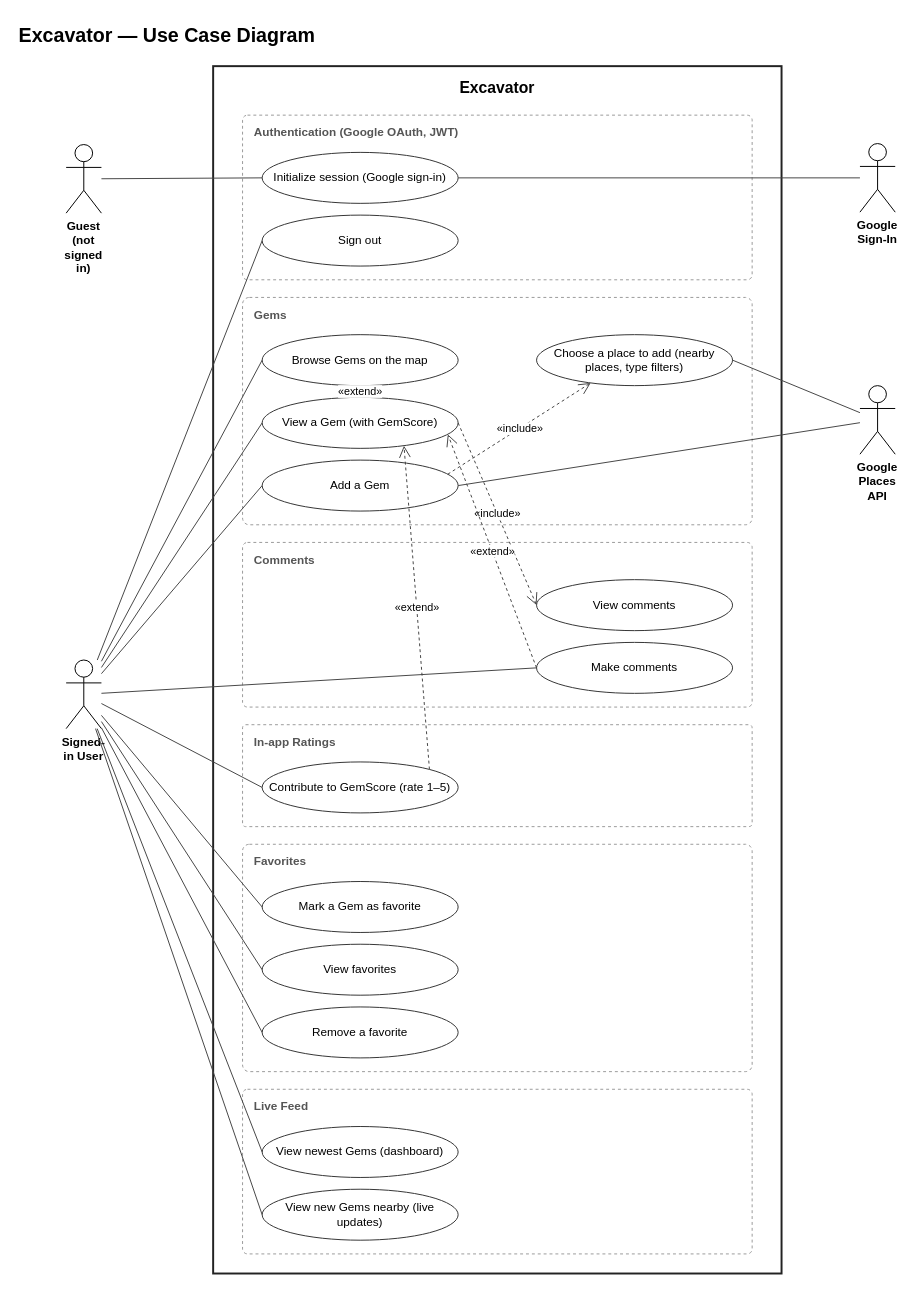
Earlier version of the draw.io diagram documentation/diagrams/use_case_diagram.drawio (ubc-cpen-321-excavator/excavator). Source tidied: cells renumbered, new cells numbered last; positions are measured from the earlier drawing's top-left corner, leaving out a move shared by most shapes. Both pictures are drawn from the tidied source at 98%, with x=0, y=0 at pixel (17, 17).
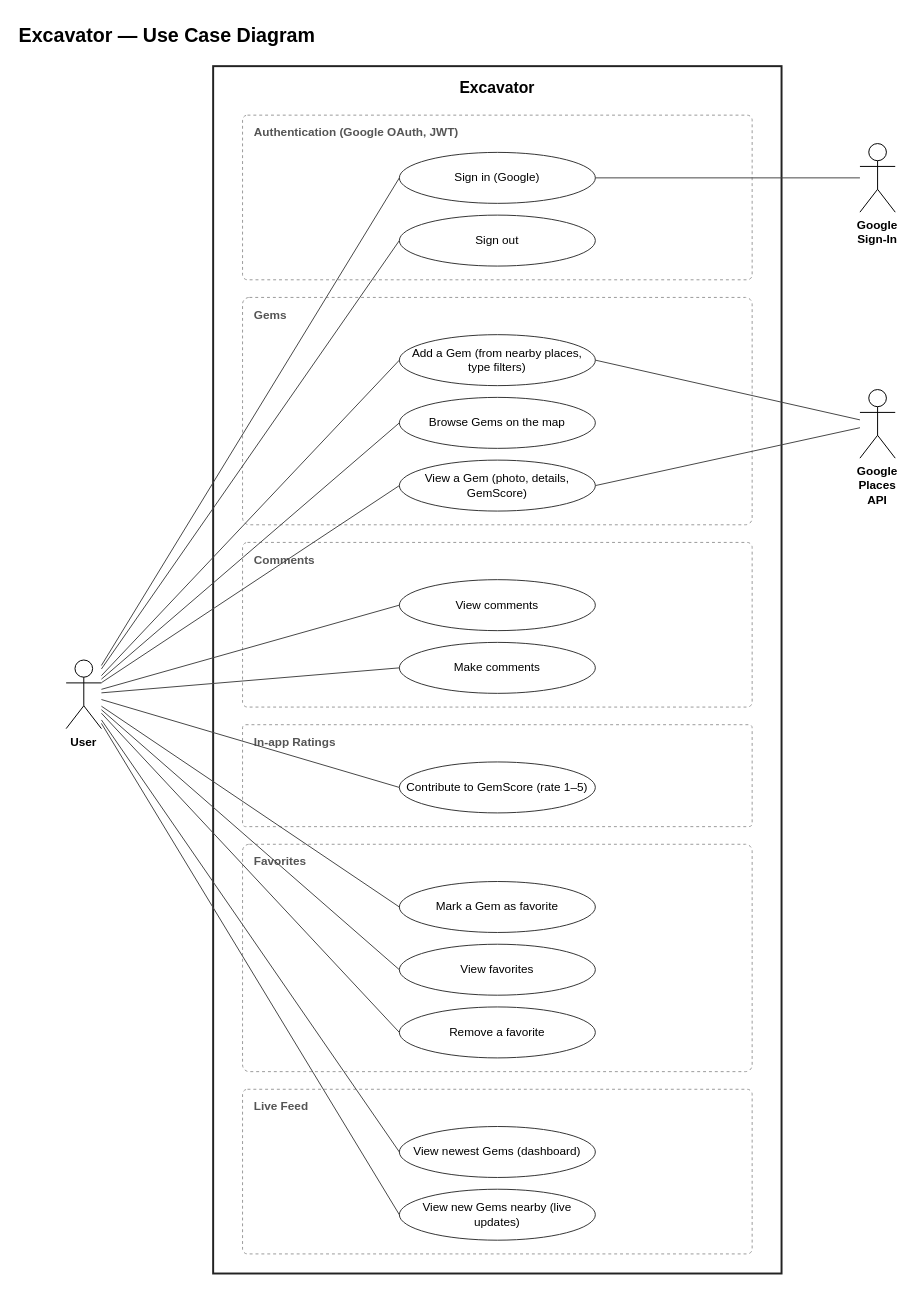
The same page after the edit.

Commit message (it also covers changes not shown here):
docs: rework the use cases after CP2 feedback

Unchanged cells that the change refers to:
```xml
<mxCell id="4" value="Authentication (Google OAuth, JWT)" style="rounded=1;arcSize=3;dashed=1;fillColor=none;strokeColor=#9A9A9A;fontColor=#555555;verticalAlign=top;align=left;spacingLeft=10;spacingTop=4;fontStyle=1;fontSize=12;html=1;" parent="1" vertex="1">
  <mxGeometry x="230" y="100" width="520" height="168" as="geometry" />
</mxCell>
<mxCell id="5" value="Gems" style="rounded=1;arcSize=3;dashed=1;fillColor=none;strokeColor=#9A9A9A;fontColor=#555555;verticalAlign=top;align=left;spacingLeft=10;spacingTop=4;fontStyle=1;fontSize=12;html=1;" parent="1" vertex="1">
  <mxGeometry x="230" y="286" width="520" height="232" as="geometry" />
</mxCell>
<mxCell id="6" value="Comments" style="rounded=1;arcSize=3;dashed=1;fillColor=none;strokeColor=#9A9A9A;fontColor=#555555;verticalAlign=top;align=left;spacingLeft=10;spacingTop=4;fontStyle=1;fontSize=12;html=1;" parent="1" vertex="1">
  <mxGeometry x="230" y="536" width="520" height="168" as="geometry" />
</mxCell>
<mxCell id="7" value="In-app Ratings" style="rounded=1;arcSize=3;dashed=1;fillColor=none;strokeColor=#9A9A9A;fontColor=#555555;verticalAlign=top;align=left;spacingLeft=10;spacingTop=4;fontStyle=1;fontSize=12;html=1;" parent="1" vertex="1">
  <mxGeometry x="230" y="722" width="520" height="104" as="geometry" />
</mxCell>
<mxCell id="8" value="Favorites" style="rounded=1;arcSize=3;dashed=1;fillColor=none;strokeColor=#9A9A9A;fontColor=#555555;verticalAlign=top;align=left;spacingLeft=10;spacingTop=4;fontStyle=1;fontSize=12;html=1;" parent="1" vertex="1">
  <mxGeometry x="230" y="844" width="520" height="232" as="geometry" />
</mxCell>
<mxCell id="9" value="Live Feed" style="rounded=1;arcSize=3;dashed=1;fillColor=none;strokeColor=#9A9A9A;fontColor=#555555;verticalAlign=top;align=left;spacingLeft=10;spacingTop=4;fontStyle=1;fontSize=12;html=1;" parent="1" vertex="1">
  <mxGeometry x="230" y="1094" width="520" height="168" as="geometry" />
</mxCell>
```

The edit, as a diff of the source:
```diff
@@
-    <mxCell id="10" value="Initialize session (Google sign-in)" style="ellipse;whiteSpace=wrap;html=1;fillColor=#FFFFFF;strokeColor=#333333;fontSize=12;" parent="4" vertex="1">
-      <mxGeometry x="20" y="38" width="200" height="52" as="geometry" />
+    <mxCell id="10" value="Sign in (Google)" style="ellipse;whiteSpace=wrap;html=1;fillColor=#FFFFFF;strokeColor=#333333;fontSize=12;" parent="4" vertex="1">
+      <mxGeometry x="160" y="38" width="200" height="52" as="geometry" />
     </mxCell>
     <mxCell id="11" value="Sign out" style="ellipse;whiteSpace=wrap;html=1;fillColor=#FFFFFF;strokeColor=#333333;fontSize=12;" parent="4" vertex="1">
-      <mxGeometry x="20" y="102" width="200" height="52" as="geometry" />
+      <mxGeometry x="160" y="102" width="200" height="52" as="geometry" />
     </mxCell>
+    <mxCell id="14" value="Add a Gem (from nearby places, type filters)" style="ellipse;whiteSpace=wrap;html=1;fillColor=#FFFFFF;strokeColor=#333333;fontSize=12;" parent="5" vertex="1">
+      <mxGeometry x="160" y="38" width="200" height="52" as="geometry" />
+    </mxCell>
     <mxCell id="12" value="Browse Gems on the map" style="ellipse;whiteSpace=wrap;html=1;fillColor=#FFFFFF;strokeColor=#333333;fontSize=12;" parent="5" vertex="1">
-      <mxGeometry x="20" y="38" width="200" height="52" as="geometry" />
+      <mxGeometry x="160" y="102" width="200" height="52" as="geometry" />
     </mxCell>
-    <mxCell id="13" value="View a Gem (with GemScore)" style="ellipse;whiteSpace=wrap;html=1;fillColor=#FFFFFF;strokeColor=#333333;fontSize=12;" parent="5" vertex="1">
-      <mxGeometry x="20" y="102" width="200" height="52" as="geometry" />
+    <mxCell id="13" value="View a Gem (photo, details, GemScore)" style="ellipse;whiteSpace=wrap;html=1;fillColor=#FFFFFF;strokeColor=#333333;fontSize=12;" parent="5" vertex="1">
+      <mxGeometry x="160" y="166" width="200" height="52" as="geometry" />
     </mxCell>
-    <mxCell id="14" value="Add a Gem" style="ellipse;whiteSpace=wrap;html=1;fillColor=#FFFFFF;strokeColor=#333333;fontSize=12;" parent="5" vertex="1">
-      <mxGeometry x="20" y="166" width="200" height="52" as="geometry" />
-    </mxCell>
-    <mxCell id="15" value="Choose a place to add (nearby places, type filters)" style="ellipse;whiteSpace=wrap;html=1;fillColor=#FFFFFF;strokeColor=#333333;fontSize=12;" parent="5" vertex="1">
-      <mxGeometry x="300" y="38" width="200" height="52" as="geometry" />
-    </mxCell>
     <mxCell id="16" value="View comments" style="ellipse;whiteSpace=wrap;html=1;fillColor=#FFFFFF;strokeColor=#333333;fontSize=12;" parent="6" vertex="1">
-      <mxGeometry x="300" y="38" width="200" height="52" as="geometry" />
+      <mxGeometry x="160" y="38" width="200" height="52" as="geometry" />
     </mxCell>
     <mxCell id="17" value="Make comments" style="ellipse;whiteSpace=wrap;html=1;fillColor=#FFFFFF;strokeColor=#333333;fontSize=12;" parent="6" vertex="1">
-      <mxGeometry x="300" y="102" width="200" height="52" as="geometry" />
+      <mxGeometry x="160" y="102" width="200" height="52" as="geometry" />
     </mxCell>
     <mxCell id="18" value="Contribute to GemScore (rate 1–5)" style="ellipse;whiteSpace=wrap;html=1;fillColor=#FFFFFF;strokeColor=#333333;fontSize=12;" parent="7" vertex="1">
-      <mxGeometry x="20" y="38" width="200" height="52" as="geometry" />
+      <mxGeometry x="160" y="38" width="200" height="52" as="geometry" />
     </mxCell>
     <mxCell id="19" value="Mark a Gem as favorite" style="ellipse;whiteSpace=wrap;html=1;fillColor=#FFFFFF;strokeColor=#333333;fontSize=12;" parent="8" vertex="1">
-      <mxGeometry x="20" y="38" width="200" height="52" as="geometry" />
+      <mxGeometry x="160" y="38" width="200" height="52" as="geometry" />
     </mxCell>
     <mxCell id="20" value="View favorites" style="ellipse;whiteSpace=wrap;html=1;fillColor=#FFFFFF;strokeColor=#333333;fontSize=12;" parent="8" vertex="1">
-      <mxGeometry x="20" y="102" width="200" height="52" as="geometry" />
+      <mxGeometry x="160" y="102" width="200" height="52" as="geometry" />
     </mxCell>
     <mxCell id="21" value="Remove a favorite" style="ellipse;whiteSpace=wrap;html=1;fillColor=#FFFFFF;strokeColor=#333333;fontSize=12;" parent="8" vertex="1">
-      <mxGeometry x="20" y="166" width="200" height="52" as="geometry" />
+      <mxGeometry x="160" y="166" width="200" height="52" as="geometry" />
     </mxCell>
     <mxCell id="22" value="View newest Gems (dashboard)" style="ellipse;whiteSpace=wrap;html=1;fillColor=#FFFFFF;strokeColor=#333333;fontSize=12;" parent="9" vertex="1">
-      <mxGeometry x="20" y="38" width="200" height="52" as="geometry" />
+      <mxGeometry x="160" y="38" width="200" height="52" as="geometry" />
     </mxCell>
     <mxCell id="23" value="View new Gems nearby (live updates)" style="ellipse;whiteSpace=wrap;html=1;fillColor=#FFFFFF;strokeColor=#333333;fontSize=12;" parent="9" vertex="1">
-      <mxGeometry x="20" y="102" width="200" height="52" as="geometry" />
+      <mxGeometry x="160" y="102" width="200" height="52" as="geometry" />
     </mxCell>
-    <mxCell id="24" value="Guest (not signed in)" style="shape=umlActor;verticalLabelPosition=bottom;verticalAlign=top;html=1;outlineConnect=0;fontStyle=1;whiteSpace=wrap;labelBackgroundColor=#FFFFFF;" parent="1" vertex="1">
-      <mxGeometry x="50" y="130" width="36" height="70" as="geometry" />
-    </mxCell>
-    <mxCell id="25" value="Signed-in User" style="shape=umlActor;verticalLabelPosition=bottom;verticalAlign=top;html=1;outlineConnect=0;fontStyle=1;whiteSpace=wrap;labelBackgroundColor=#FFFFFF;" parent="1" vertex="1">
+    <mxCell id="25" value="User" style="shape=umlActor;verticalLabelPosition=bottom;verticalAlign=top;html=1;outlineConnect=0;fontStyle=1;whiteSpace=wrap;labelBackgroundColor=#FFFFFF;" parent="1" vertex="1">
       <mxGeometry x="50" y="656" width="36" height="70" as="geometry" />
     </mxCell>
@@
     <mxCell id="27" value="Google Places API" style="shape=umlActor;verticalLabelPosition=bottom;verticalAlign=top;html=1;outlineConnect=0;fontStyle=1;whiteSpace=wrap;labelBackgroundColor=#FFFFFF;" parent="1" vertex="1">
-      <mxGeometry x="860" y="376" width="36" height="70" as="geometry" />
+      <mxGeometry x="860" y="380" width="36" height="70" as="geometry" />
     </mxCell>
-    <mxCell id="28" style="endArrow=none;html=1;strokeColor=#444444;entryX=0;entryY=0.5;entryDx=0;entryDy=0;" parent="1" edge="1" source="24" target="10">
-      <mxGeometry relative="1" as="geometry" />
-    </mxCell>
+    <mxCell id="48" style="endArrow=none;html=1;strokeColor=#444444;entryX=0;entryY=0.5;entryDx=0;entryDy=0;" parent="1" edge="1" source="25" target="10">
+      <mxGeometry relative="1" as="geometry" />
+    </mxCell>
@@
+    <mxCell id="32" style="endArrow=none;html=1;strokeColor=#444444;entryX=0;entryY=0.5;entryDx=0;entryDy=0;" parent="1" edge="1" source="25" target="14">
+      <mxGeometry relative="1" as="geometry" />
+    </mxCell>
@@
-    <mxCell id="32" style="endArrow=none;html=1;strokeColor=#444444;entryX=0;entryY=0.5;entryDx=0;entryDy=0;" parent="1" edge="1" source="25" target="14">
-      <mxGeometry relative="1" as="geometry" />
-    </mxCell>
+    <mxCell id="49" style="endArrow=none;html=1;strokeColor=#444444;entryX=0;entryY=0.5;entryDx=0;entryDy=0;" parent="1" edge="1" source="25" target="16">
+      <mxGeometry relative="1" as="geometry" />
+    </mxCell>
@@
-    <mxCell id="42" style="endArrow=none;html=1;strokeColor=#444444;exitX=1;exitY=0.5;exitDx=0;exitDy=0;" parent="1" edge="1" source="15" target="27">
-      <mxGeometry relative="1" as="geometry" />
-    </mxCell>
-    <mxCell id="43" value="«include»" style="endArrow=open;endSize=10;dashed=1;html=1;strokeColor=#444444;fontSize=11;labelBackgroundColor=#FFFFFF;exitX=1;exitY=0.25;exitDx=0;exitDy=0;entryX=0.25;entryY=1;entryDx=0;entryDy=0;" parent="1" edge="1" source="14" target="15">
-      <mxGeometry relative="1" as="geometry" />
-    </mxCell>
-    <mxCell id="44" value="«include»" style="endArrow=open;endSize=10;dashed=1;html=1;strokeColor=#444444;fontSize=11;labelBackgroundColor=#FFFFFF;exitX=1;exitY=0.5;exitDx=0;exitDy=0;entryX=0;entryY=0.5;entryDx=0;entryDy=0;" parent="1" edge="1" source="13" target="16">
-      <mxGeometry relative="1" as="geometry" />
-    </mxCell>
-    <mxCell id="45" value="«extend»" style="endArrow=open;endSize=10;dashed=1;html=1;strokeColor=#444444;fontSize=11;labelBackgroundColor=#FFFFFF;exitX=0.5;exitY=0;exitDx=0;exitDy=0;entryX=0.5;entryY=1;entryDx=0;entryDy=0;" parent="1" edge="1" source="13" target="12">
-      <mxGeometry relative="1" as="geometry" />
-    </mxCell>
-    <mxCell id="46" value="«extend»" style="endArrow=open;endSize=10;dashed=1;html=1;strokeColor=#444444;fontSize=11;labelBackgroundColor=#FFFFFF;exitX=0;exitY=0.5;exitDx=0;exitDy=0;entryX=1;entryY=0.75;entryDx=0;entryDy=0;" parent="1" edge="1" source="17" target="13">
-      <mxGeometry relative="1" as="geometry" />
-    </mxCell>
-    <mxCell id="47" value="«extend»" style="endArrow=open;endSize=10;dashed=1;html=1;strokeColor=#444444;fontSize=11;labelBackgroundColor=#FFFFFF;exitX=1;exitY=0;exitDx=0;exitDy=0;entryX=0.75;entryY=1;entryDx=0;entryDy=0;" parent="1" edge="1" source="18" target="13">
-      <mxGeometry relative="1" as="geometry" />
-    </mxCell>
+    <mxCell id="50" style="endArrow=none;html=1;strokeColor=#444444;exitX=1;exitY=0.5;exitDx=0;exitDy=0;" parent="1" edge="1" source="13" target="27">
+      <mxGeometry relative="1" as="geometry" />
+    </mxCell>
```
